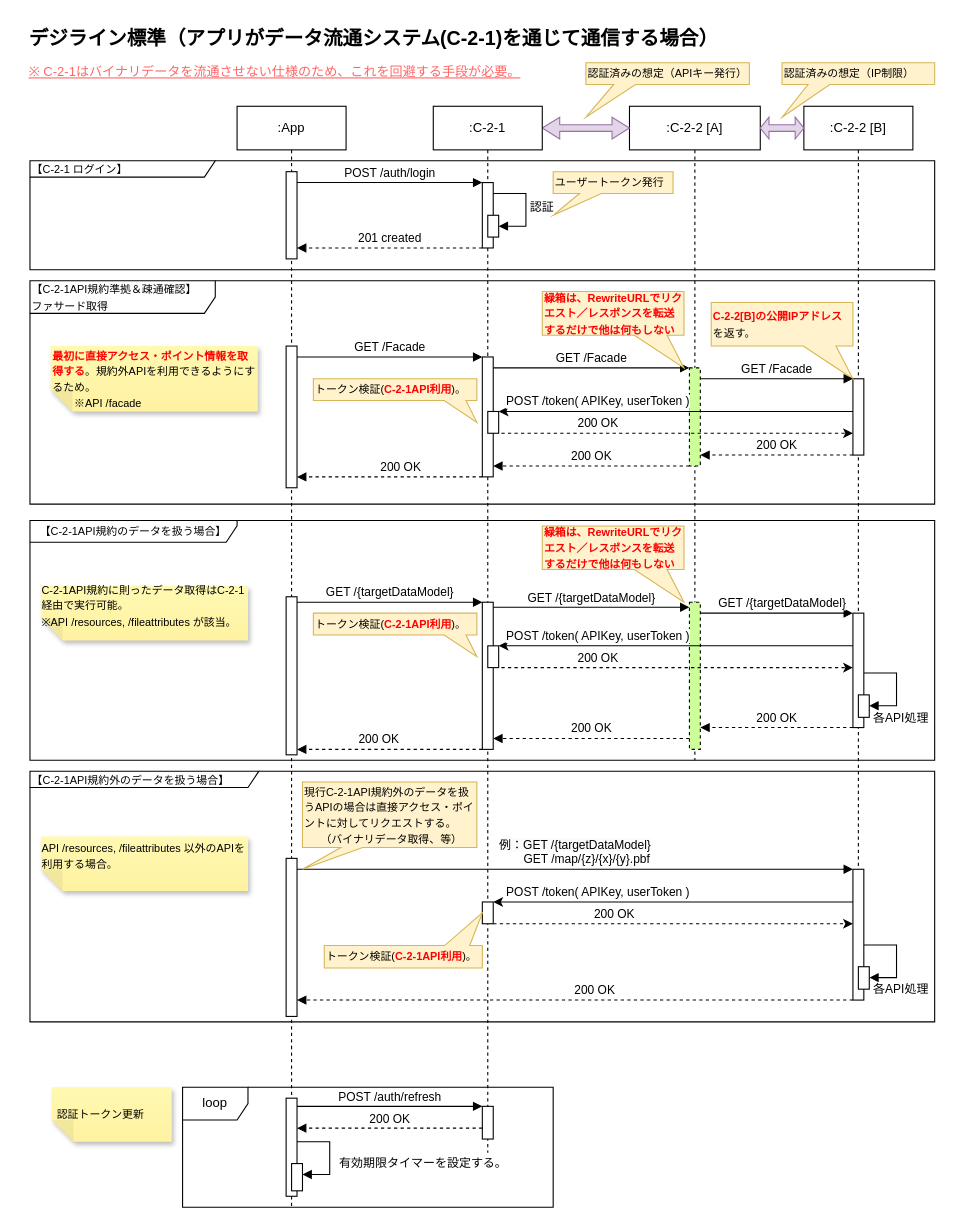
The draw.io diagram page "C-2-1経由時のシーケンス" (1 of 5) of models/c-2-2-api-sequences.drawio in Sportacandy/C-2-2API, before the edit. Source tidied: cells renumbered, new cells numbered last; positions are measured from the earlier drawing's top-left corner, leaving out a move shared by most shapes. Both pictures are drawn from the tidied source at 109%, with x=0, y=0 at pixel (19, 19).
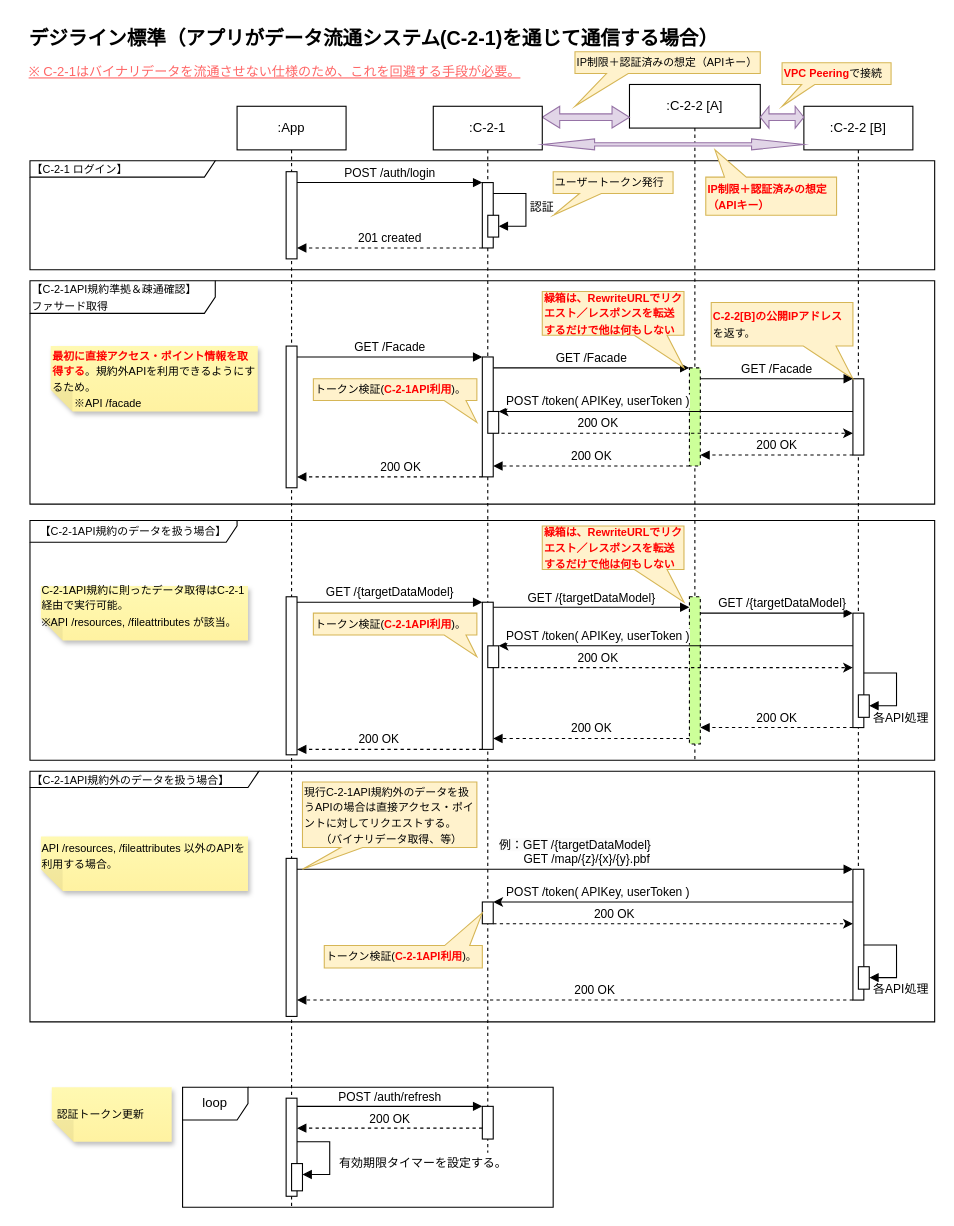
The same page after the edit.

Commit message (it also covers changes not shown here):
update inter-service authentication explanations.

Change to the diagram source:
```diff
@@
     <mxCell id="17" value=":C-2-2 [A]" style="shape=umlLifeline;perimeter=lifelinePerimeter;whiteSpace=wrap;html=1;newEdgeStyle={&quot;edgeStyle&quot;:&quot;elbowEdgeStyle&quot;,&quot;elbow&quot;:&quot;vertical&quot;,&quot;curved&quot;:0,&quot;rounded&quot;:0};" parent="1" vertex="1">
-      <mxGeometry x="560" y="80" width="120" height="600" as="geometry" />
+      <mxGeometry x="560" y="60" width="120" height="620" as="geometry" />
     </mxCell>
     <mxCell id="18" style="html=1;perimeter=orthogonalPerimeter;targetShapes=umlLifeline;newEdgeStyle={&quot;edgeStyle&quot;:&quot;elbowEdgeStyle&quot;,&quot;elbow&quot;:&quot;vertical&quot;,&quot;curved&quot;:0,&quot;rounded&quot;:0};dashed=1;strokeWidth=1;fillColor=#CCFF99;" parent="17" vertex="1">
-      <mxGeometry x="55" y="240" width="10" height="90" as="geometry" />
+      <mxGeometry x="55" y="260" width="10" height="90" as="geometry" />
     </mxCell>
     <mxCell id="19" style="html=1;points=[];perimeter=orthogonalPerimeter;outlineConnect=0;targetShapes=umlLifeline;portConstraint=eastwest;newEdgeStyle={&quot;edgeStyle&quot;:&quot;elbowEdgeStyle&quot;,&quot;elbow&quot;:&quot;vertical&quot;,&quot;curved&quot;:0,&quot;rounded&quot;:0};dashed=1;fillColor=#CCFF99;" parent="17" vertex="1">
-      <mxGeometry x="55" y="455" width="10" height="135" as="geometry" />
+      <mxGeometry x="55" y="470" width="10" height="135" as="geometry" />
     </mxCell>
@@
     <mxCell id="32" style="shape=doubleArrow;whiteSpace=wrap;html=1;fillColor=#e1d5e7;strokeColor=#9673a6;" parent="1" vertex="1">
-      <mxGeometry x="680" y="90" width="40" height="20" as="geometry" />
+      <mxGeometry x="680" y="80" width="40" height="20" as="geometry" />
     </mxCell>
@@
-    <mxCell id="36" value="&lt;font style=&quot;font-size: 10px;&quot;&gt;認証済みの想定（IP制限）&lt;/font&gt;" style="shape=callout;whiteSpace=wrap;html=1;perimeter=calloutPerimeter;position2=0;fillColor=#fff2cc;strokeColor=#d6b656;align=left;size=30;position=0.17;" parent="1" vertex="1">
-      <mxGeometry x="700" y="40" width="140" height="50" as="geometry" />
+    <mxCell id="36" value="&lt;font style=&quot;font-size: 10px;&quot;&gt;&lt;font color=&quot;#ff0000&quot;&gt;&lt;b&gt;VPC Peering&lt;/b&gt;&lt;/font&gt;で接続&lt;/font&gt;" style="shape=callout;whiteSpace=wrap;html=1;perimeter=calloutPerimeter;position2=0;fillColor=#fff2cc;strokeColor=#d6b656;align=left;size=20;position=0.18;base=12;" parent="1" vertex="1">
+      <mxGeometry x="700" y="40" width="100" height="40" as="geometry" />
     </mxCell>
     <mxCell id="37" style="shape=doubleArrow;whiteSpace=wrap;html=1;fillColor=#e1d5e7;strokeColor=#9673a6;" parent="1" vertex="1">
-      <mxGeometry x="480" y="90" width="80" height="20" as="geometry" />
+      <mxGeometry x="480" y="80" width="80" height="20" as="geometry" />
     </mxCell>
-    <mxCell id="38" value="&lt;font style=&quot;font-size: 10px;&quot;&gt;認証済みの想定&lt;/font&gt;&lt;span style=&quot;font-size: 10px; background-color: initial;&quot;&gt;（APIキー発行）&lt;/span&gt;" style="shape=callout;whiteSpace=wrap;html=1;perimeter=calloutPerimeter;position2=0;fillColor=#fff2cc;strokeColor=#d6b656;align=left;size=30;position=0.17;" parent="1" vertex="1">
-      <mxGeometry x="520" y="40" width="150" height="50" as="geometry" />
+    <mxCell id="38" value="&lt;font style=&quot;font-size: 10px;&quot;&gt;IP制限＋認証済みの想定&lt;/font&gt;&lt;span style=&quot;background-color: initial; font-size: 10px;&quot;&gt;（APIキー）&lt;/span&gt;" style="shape=callout;whiteSpace=wrap;html=1;perimeter=calloutPerimeter;position2=0;fillColor=#fff2cc;strokeColor=#d6b656;align=left;size=30;position=0.17;" parent="1" vertex="1">
+      <mxGeometry x="510" y="30" width="170" height="50" as="geometry" />
     </mxCell>
@@
+    <mxCell id="84" style="shape=doubleArrow;whiteSpace=wrap;html=1;fillColor=#e1d5e7;strokeColor=#9673a6;" parent="1" vertex="1">
+      <mxGeometry x="480" y="110" width="240" height="10" as="geometry" />
+    </mxCell>
+    <mxCell id="85" value="&lt;div style=&quot;&quot;&gt;&lt;font color=&quot;#ff0000&quot; style=&quot;font-size: 10px;&quot;&gt;&lt;b&gt;IP制限＋認証済みの想定&lt;/b&gt;&lt;/font&gt;&lt;/div&gt;&lt;div style=&quot;&quot;&gt;&lt;span style=&quot;background-color: initial; font-size: 10px;&quot;&gt;&lt;font color=&quot;#ff0000&quot;&gt;&lt;b&gt;（APIキー）&lt;/b&gt;&lt;/font&gt;&lt;/span&gt;&lt;br&gt;&lt;/div&gt;" style="shape=callout;whiteSpace=wrap;html=1;perimeter=calloutPerimeter;position2=0.93;fillColor=#fff2cc;strokeColor=#d6b656;align=left;size=25;position=0.69;base=20;direction=west;" parent="1" vertex="1">
+      <mxGeometry x="630" y="120" width="120" height="60" as="geometry" />
+    </mxCell>
```
